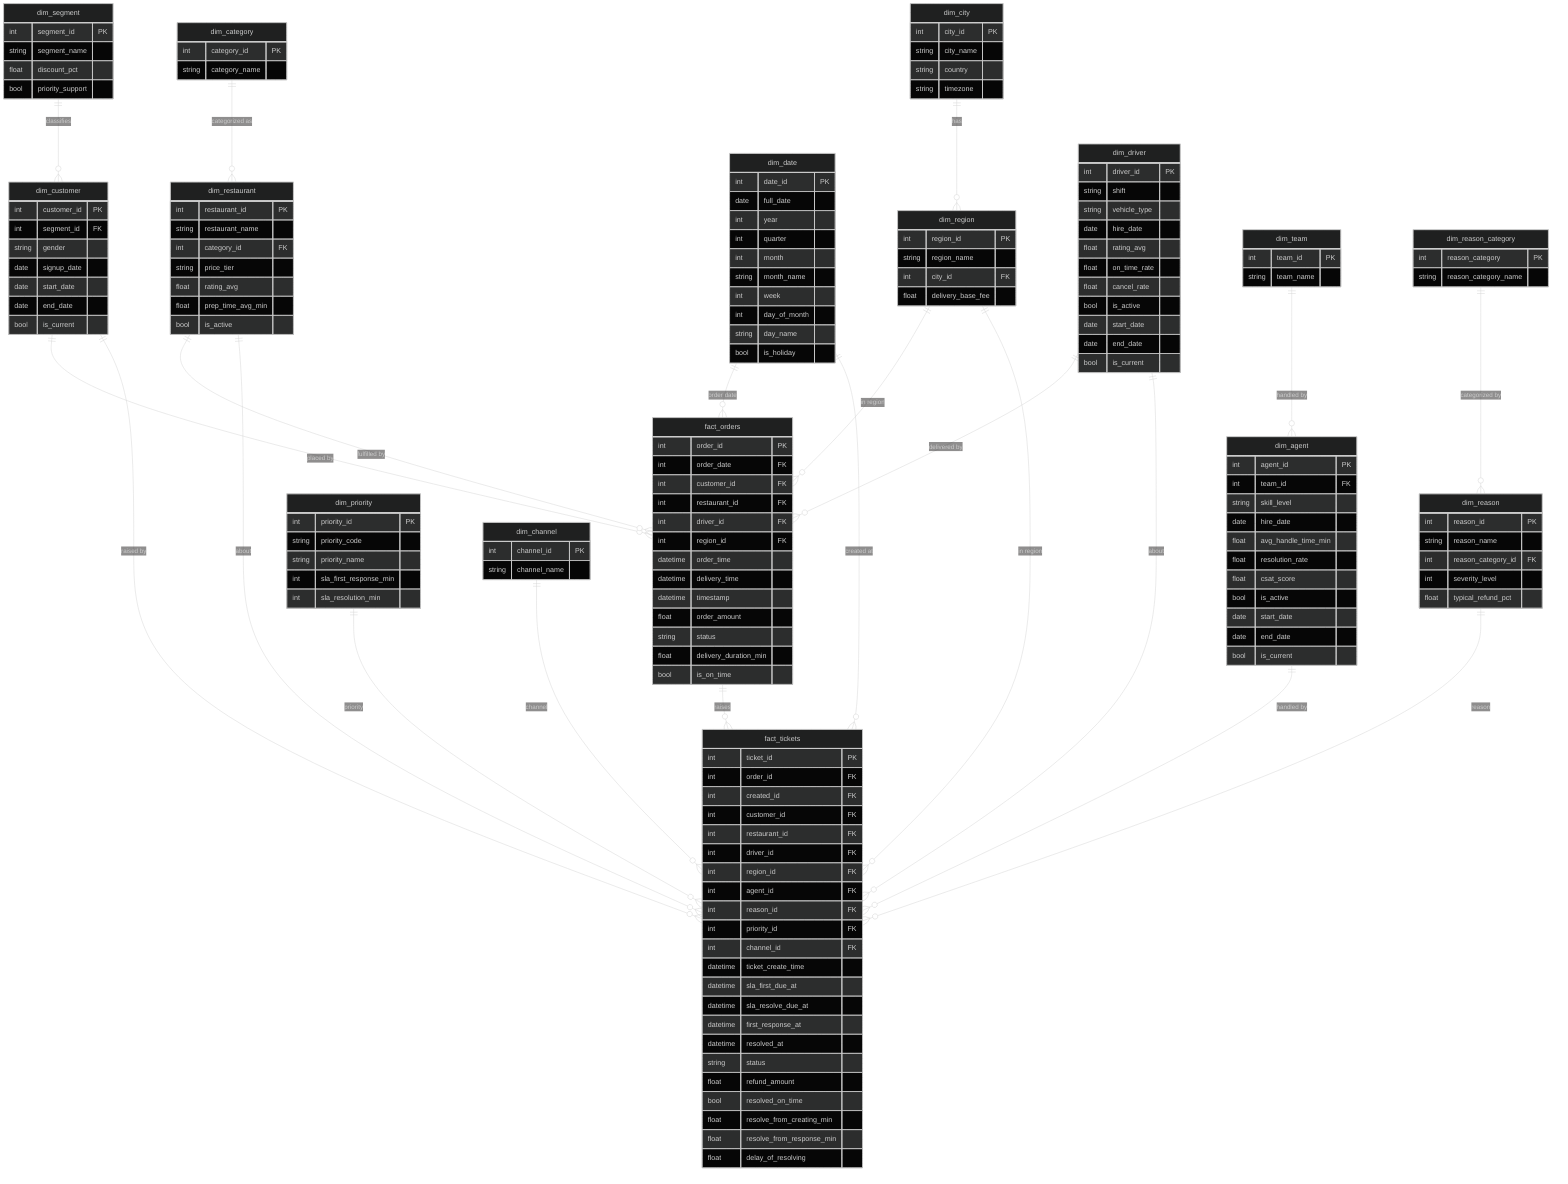
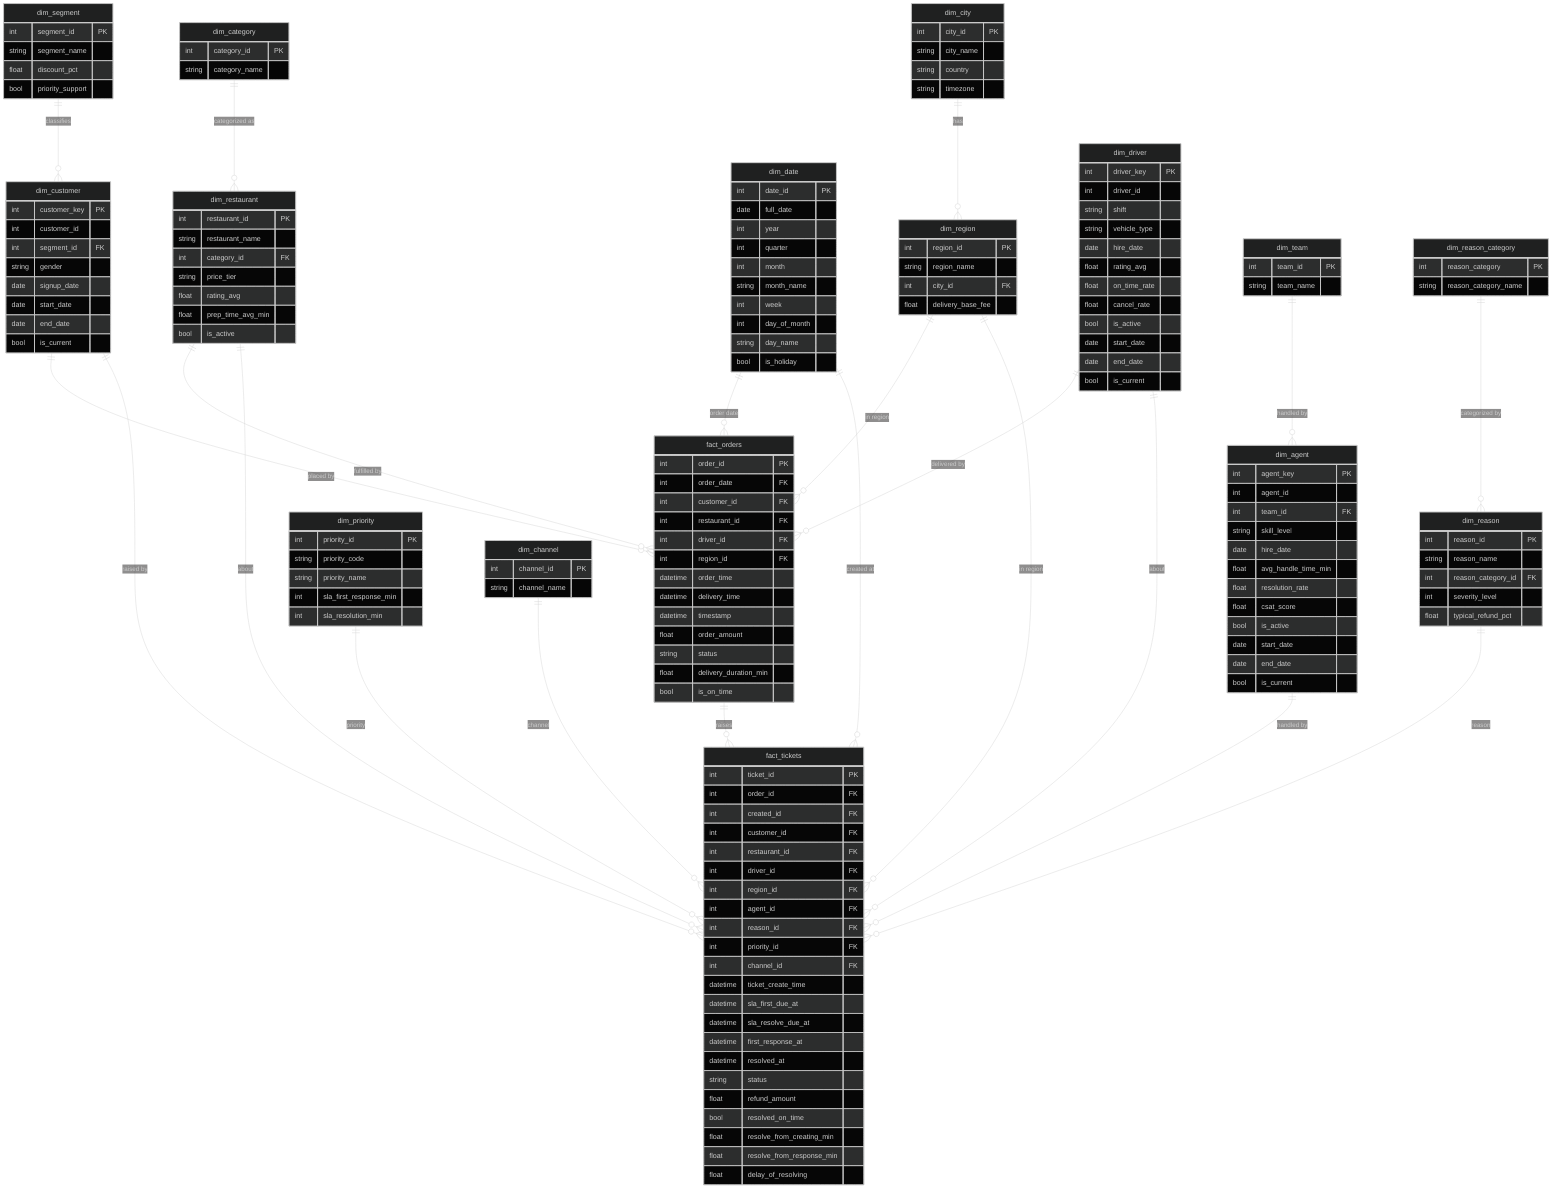
---
config:
  theme: dark
---
erDiagram

    dim_city {
        int     city_id       PK
        string  city_name
        string  country
        string  timezone
    }

    dim_region {
        int     region_id          PK
        string  region_name
        int     city_id            FK
        float   delivery_base_fee
    }

    dim_segment {
        int     segment_id        PK
        string  segment_name
        float   discount_pct
        bool    priority_support
    }

    dim_customer {
-         int     customer_id   PK
+         int     customer_key  PK
+         int     customer_id
        int     segment_id    FK
        string  gender
        date    signup_date
        date    start_date
        date    end_date
        bool    is_current
    }

    dim_date {
        int     date_id       PK
        date    full_date
        int     year
        int     quarter
        int     month
        string  month_name
        int     week
        int     day_of_month
        string  day_name
        bool    is_holiday
    }

    dim_category {
        int     category_id           PK
        string  category_name
    }

    dim_restaurant {
        int     restaurant_id      PK
        string  restaurant_name
        int     category_id        FK
        string  price_tier
        float   rating_avg
        float   prep_time_avg_min
        bool    is_active
    }

    dim_driver {
-         int     driver_id      PK
+         int     driver_key     PK
+         int     driver_id
        string  shift
        string  vehicle_type
        date    hire_date
        float   rating_avg
        float   on_time_rate
        float   cancel_rate
        bool    is_active
        date    start_date
        date    end_date
        bool    is_current
    }

    dim_team {
        int     team_id           PK
        string  team_name
    }

    dim_agent {
-         int     agent_id             PK
+         int     agent_key            PK
+         int     agent_id
        int     team_id              FK
        string  skill_level
        date    hire_date
        float   avg_handle_time_min
        float   resolution_rate
        float   csat_score
        bool    is_active
        date    start_date
        date    end_date
        bool    is_current
    }

    dim_reason_category {
        int     reason_category       PK
        string  reason_category_name
    }

    dim_reason {
        int     reason_id             PK
        string  reason_name
        int     reason_category_id    FK
        int     severity_level
        float   typical_refund_pct
    }

    dim_priority {
        int     priority_id            PK
        string  priority_code
        string  priority_name
        int     sla_first_response_min
        int     sla_resolution_min
    }

    dim_channel {
        int     channel_id            PK
        string  channel_name
    }

    fact_orders {
        int      order_id              PK
        int      order_date            FK
        int      customer_id           FK
        int      restaurant_id         FK
        int      driver_id             FK
        int      region_id             FK
        datetime order_time
        datetime delivery_time
        datetime timestamp
        float    order_amount
        string   status
        float    delivery_duration_min
        bool     is_on_time
    }

    fact_tickets {
        int      ticket_id                    PK
        int      order_id                     FK
        int      created_id                   FK
        int      customer_id                  FK
        int      restaurant_id                FK
        int      driver_id                    FK
        int      region_id                    FK
        int      agent_id                     FK
        int      reason_id                    FK
        int      priority_id                  FK
        int      channel_id                   FK
        datetime ticket_create_time
        datetime sla_first_due_at
        datetime sla_resolve_due_at
        datetime first_response_at
        datetime resolved_at
        string   status
        float    refund_amount
        bool     resolved_on_time
        float    resolve_from_creating_min
        float    resolve_from_response_min
        float    delay_of_resolving
    }

    dim_city            ||--o{ dim_region      : "has"
    dim_segment         ||--o{ dim_customer    : "classifies"
    dim_category        ||--o{ dim_restaurant  : "categorized as"
    dim_team            ||--o{ dim_agent       : "handled by"
    dim_reason_category ||--o{ dim_reason      : "categorized by"

    dim_date        ||--o{ fact_orders     : "order date"
    dim_customer    ||--o{ fact_orders     : "placed by"
    dim_restaurant  ||--o{ fact_orders     : "fulfilled by"
    dim_driver      ||--o{ fact_orders     : "delivered by"
    dim_region      ||--o{ fact_orders     : "in region"

    fact_orders     ||--o{ fact_tickets    : "raises"
    dim_date        ||--o{ fact_tickets    : "created at"
    dim_customer    ||--o{ fact_tickets    : "raised by"
    dim_restaurant  ||--o{ fact_tickets    : "about"
    dim_driver      ||--o{ fact_tickets    : "about"
    dim_region      ||--o{ fact_tickets    : "in region"
    dim_agent       ||--o{ fact_tickets    : "handled by"
    dim_reason      ||--o{ fact_tickets    : "reason"
    dim_priority    ||--o{ fact_tickets    : "priority"
    dim_channel     ||--o{ fact_tickets    : "channel"